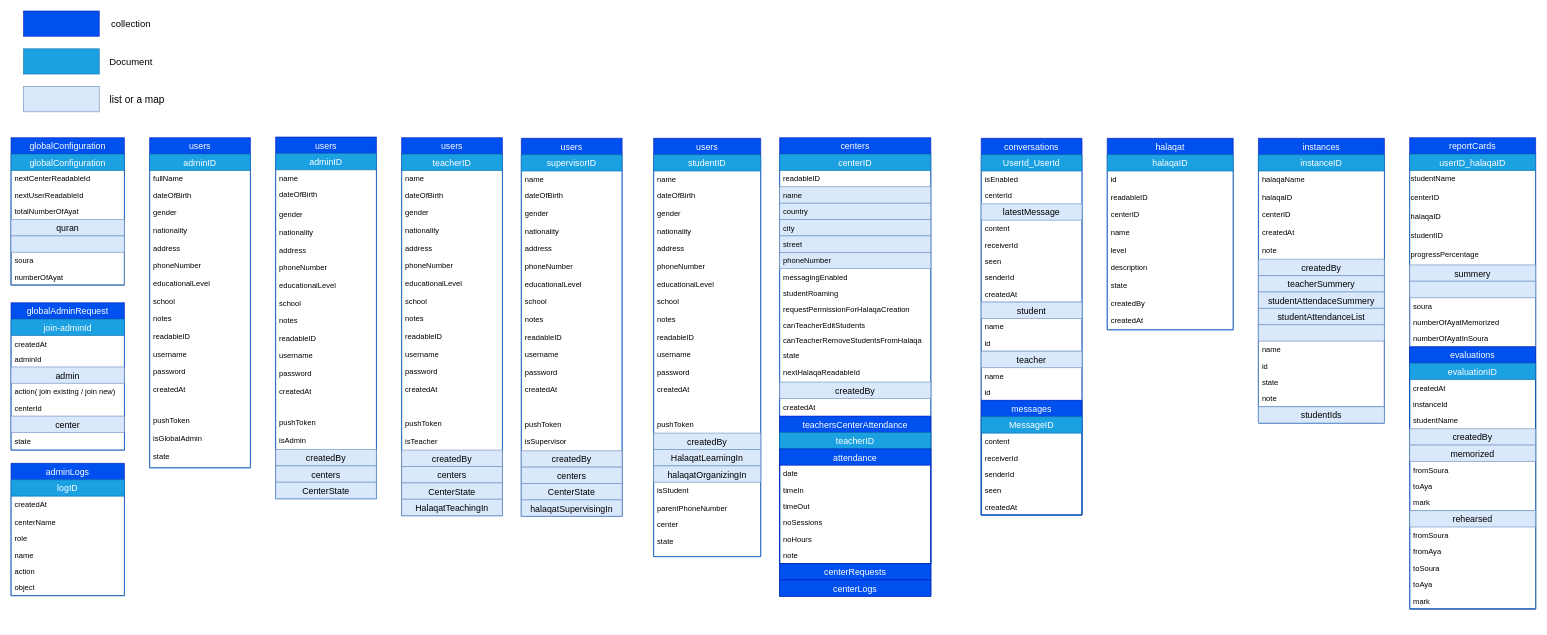
Earlier version of the draw.io diagram page "Page-1" (1 of 3) of db_design/al halaqate.drawio (Yacine-Benali/al_halaqat). Source tidied: cells renumbered, new cells numbered last; positions are measured from the earlier drawing's top-left corner, leaving out a move shared by most shapes. Both pictures are drawn from the tidied source at 63%, with x=0, y=0 at pixel (11, 11).
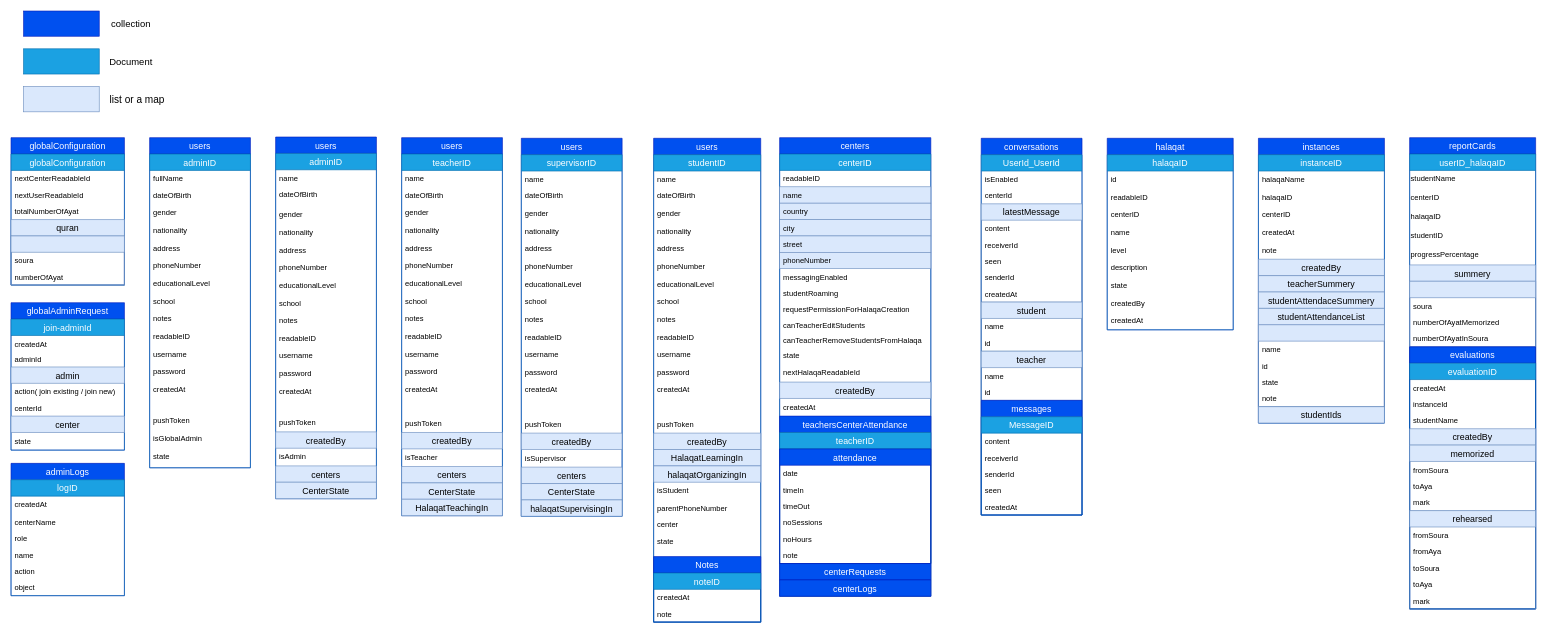
After the change.

The change refers to these unchanged cells:
```xml
<mxCell id="30" value="adminID" style="swimlane;fontStyle=0;horizontal=1;startSize=26;align=center;fontSize=14;fillColor=#1ba1e2;strokeColor=#006EAF;fontColor=#ffffff;" parent="29" vertex="1">
  <mxGeometry y="26" width="160" height="548" as="geometry" />
</mxCell>
<mxCell id="50" value="teacherID" style="swimlane;fontStyle=0;horizontal=1;startSize=26;align=center;fontSize=14;fillColor=#1ba1e2;strokeColor=#006EAF;fontColor=#ffffff;" parent="49" vertex="1">
  <mxGeometry y="26" width="160" height="574" as="geometry" />
</mxCell>
<mxCell id="224" value="supervisorID" style="swimlane;fontStyle=0;horizontal=1;startSize=26;align=center;fontSize=14;fillColor=#1ba1e2;strokeColor=#006EAF;fontColor=#ffffff;" parent="223" vertex="1">
  <mxGeometry y="26" width="160" height="574" as="geometry" />
</mxCell>
```

What changed in the source:
```diff
@@
+    <mxCell id="46" value="createdBy" style="swimlane;fontStyle=0;horizontal=1;startSize=26;align=center;fontSize=14;fillColor=#dae8fc;strokeColor=#6c8ebf;" parent="30" vertex="1" collapsed="1">
+      <mxGeometry y="442" width="160" height="26" as="geometry" />
+    </mxCell>
     <mxCell id="45" value="isAdmin" style="text;strokeColor=none;fillColor=none;spacingLeft=4;spacingRight=4;overflow=hidden;fontSize=12;" parent="30" vertex="1">
-      <mxGeometry y="442" width="160" height="28" as="geometry" />
+      <mxGeometry y="468" width="160" height="28" as="geometry" />
     </mxCell>
-    <mxCell id="46" value="createdBy" style="swimlane;fontStyle=0;horizontal=1;startSize=26;align=center;fontSize=14;fillColor=#dae8fc;strokeColor=#6c8ebf;" parent="30" vertex="1" collapsed="1">
-      <mxGeometry y="470" width="160" height="26" as="geometry" />
-    </mxCell>
@@
+    <mxCell id="66" value="createdBy" style="swimlane;fontStyle=0;horizontal=1;startSize=26;align=center;fontSize=14;fillColor=#dae8fc;strokeColor=#6c8ebf;" parent="50" vertex="1" collapsed="1">
+      <mxGeometry y="442" width="160" height="26" as="geometry" />
+    </mxCell>
     <mxCell id="65" value="isTeacher" style="text;strokeColor=none;fillColor=none;spacingLeft=4;spacingRight=4;overflow=hidden;fontSize=12;" parent="50" vertex="1">
-      <mxGeometry y="442" width="160" height="28" as="geometry" />
+      <mxGeometry y="468" width="160" height="28" as="geometry" />
     </mxCell>
-    <mxCell id="66" value="createdBy" style="swimlane;fontStyle=0;horizontal=1;startSize=26;align=center;fontSize=14;fillColor=#dae8fc;strokeColor=#6c8ebf;" parent="50" vertex="1" collapsed="1">
-      <mxGeometry y="470" width="160" height="26" as="geometry" />
-    </mxCell>
@@
     <mxCell id="70" value="users" style="swimlane;fontStyle=0;horizontal=1;startSize=26;align=center;fontSize=14;fillColor=#0050ef;strokeColor=#001DBC;fontColor=#ffffff;" parent="1" vertex="1">
-      <mxGeometry x="1020" y="202" width="170" height="664" as="geometry" />
+      <mxGeometry x="1020" y="202" width="170" height="768" as="geometry" />
     </mxCell>
     <mxCell id="71" value="studentID" style="swimlane;fontStyle=0;horizontal=1;startSize=26;align=center;fontSize=14;fillColor=#1ba1e2;strokeColor=#006EAF;fontColor=#ffffff;" parent="70" vertex="1">
-      <mxGeometry y="26" width="170" height="638" as="geometry" />
+      <mxGeometry y="26" width="170" height="742" as="geometry" />
     </mxCell>
@@
+    <mxCell id="244" value="Notes" style="swimlane;fontStyle=0;horizontal=1;startSize=26;align=center;fontSize=14;fillColor=#0050ef;strokeColor=#001DBC;fontColor=#ffffff;" parent="71" vertex="1">
+      <mxGeometry y="638" width="170" height="104" as="geometry" />
+    </mxCell>
+    <mxCell id="245" value="noteID" style="swimlane;fontStyle=0;horizontal=1;startSize=26;align=center;fontSize=14;fillColor=#1ba1e2;strokeColor=#006EAF;fontColor=#ffffff;" parent="244" vertex="1">
+      <mxGeometry y="26" width="170" height="78" as="geometry" />
+    </mxCell>
+    <mxCell id="246" value="createdAt" style="text;strokeColor=none;fillColor=none;spacingLeft=4;spacingRight=4;overflow=hidden;fontSize=12;" parent="245" vertex="1">
+      <mxGeometry y="26" width="170" height="26" as="geometry" />
+    </mxCell>
+    <mxCell id="247" value="note" style="text;strokeColor=none;fillColor=none;spacingLeft=4;spacingRight=4;overflow=hidden;fontSize=12;" parent="245" vertex="1">
+      <mxGeometry y="52" width="170" height="26" as="geometry" />
+    </mxCell>
@@
+    <mxCell id="240" value="createdBy" style="swimlane;fontStyle=0;horizontal=1;startSize=26;align=center;fontSize=14;fillColor=#dae8fc;strokeColor=#6c8ebf;" parent="224" vertex="1" collapsed="1">
+      <mxGeometry y="442" width="160" height="26" as="geometry" />
+    </mxCell>
     <mxCell id="239" value="isSupervisor" style="text;strokeColor=none;fillColor=none;spacingLeft=4;spacingRight=4;overflow=hidden;fontSize=12;" parent="224" vertex="1">
-      <mxGeometry y="442" width="160" height="28" as="geometry" />
+      <mxGeometry y="468" width="160" height="28" as="geometry" />
     </mxCell>
-    <mxCell id="240" value="createdBy" style="swimlane;fontStyle=0;horizontal=1;startSize=26;align=center;fontSize=14;fillColor=#dae8fc;strokeColor=#6c8ebf;" parent="224" vertex="1" collapsed="1">
-      <mxGeometry y="470" width="160" height="26" as="geometry" />
-    </mxCell>
```
